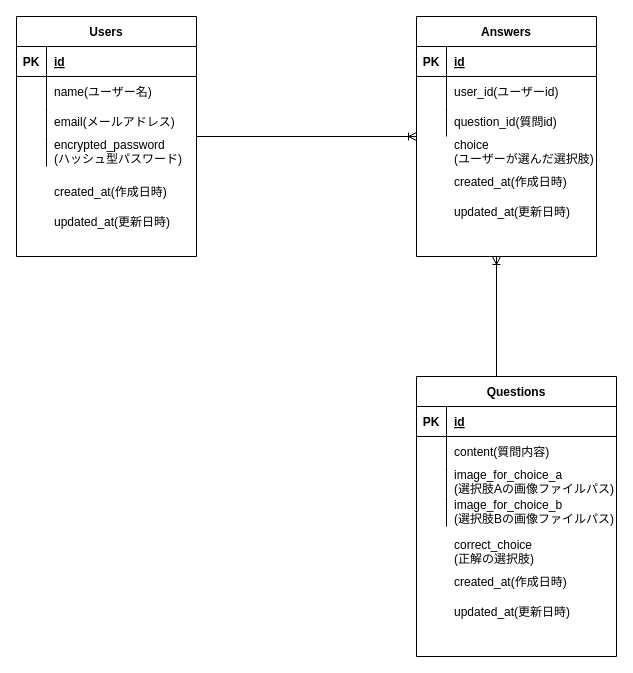
This is ER図(MVPリリース版).drawio from jannah-n/graduation_exam, a draw.io file, before an edit. Source tidied: cells renumbered, new cells numbered last; positions are measured from the earlier drawing's top-left corner, leaving out a move shared by most shapes. Both pictures are drawn from the tidied source at 100%, with x=0, y=0 at pixel (16, 16).
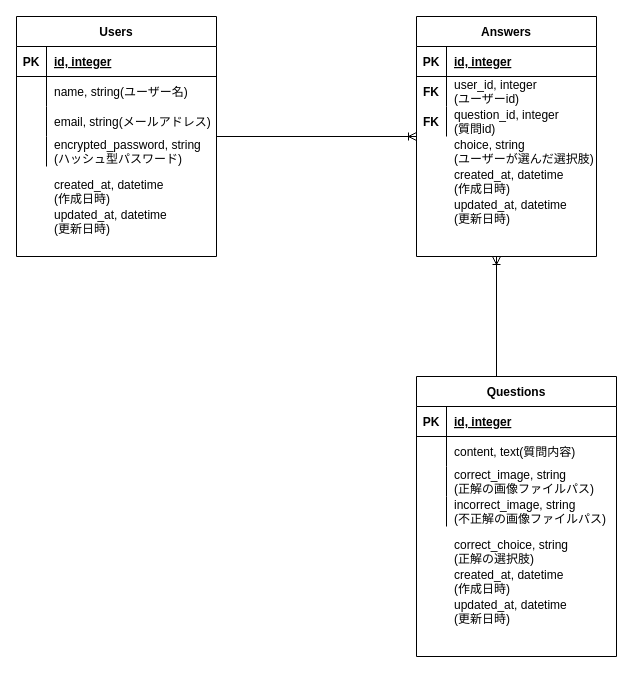
After the change.

Commit message (it also covers changes not shown here):
"ER図(MVPリリース版&本リリース版)の質問用画像パスのカラム名をcorrect_image, incorrect_imageに名称変更" "ER図(MVPリリース版&本リリース版)に各カラムのデータ型を追記" "README.mdに貼り付けているER図(MVPリリース版&本リリース版)を差し替え"

The change refers to these unchanged cells:
```xml
<mxCell id="2" style="group;" parent="1" vertex="1">
  <mxGeometry x="400" width="180" height="240" as="geometry" />
</mxCell>
<mxCell id="3" value="Answers" style="shape=table;startSize=30;childLayout=tableLayout;rowLines=0;fontStyle=1;align=center;" parent="2" vertex="1">
  <mxGeometry width="180" height="240" as="geometry" />
</mxCell>
<mxCell id="4" style="shape=tableRow;horizontal=0;startSize=0;swimlaneHead=0;swimlaneBody=0;fillColor=none;top=0;left=0;right=0;bottom=1;" parent="3" vertex="1">
  <mxGeometry y="30" width="180" height="30" as="geometry" />
</mxCell>
<mxCell id="7" style="shape=tableRow;horizontal=0;startSize=0;swimlaneHead=0;swimlaneBody=0;fillColor=none;top=0;left=0;right=0;bottom=0;" parent="3" vertex="1">
  <mxGeometry y="60" width="180" height="30" as="geometry" />
</mxCell>
<mxCell id="10" style="shape=tableRow;horizontal=0;startSize=0;swimlaneHead=0;swimlaneBody=0;fillColor=none;top=0;left=0;right=0;bottom=0;" parent="3" vertex="1">
  <mxGeometry y="90" width="180" height="30" as="geometry" />
</mxCell>
<mxCell id="32" style="group;" parent="1" vertex="1">
  <mxGeometry x="400" y="360" width="200" height="280" as="geometry" />
</mxCell>
<mxCell id="34" style="shape=tableRow;horizontal=0;startSize=0;swimlaneHead=0;swimlaneBody=0;fillColor=none;top=0;left=0;right=0;bottom=1;" parent="33" vertex="1">
  <mxGeometry y="30" width="200" height="30" as="geometry" />
</mxCell>
<mxCell id="37" style="shape=tableRow;horizontal=0;startSize=0;swimlaneHead=0;swimlaneBody=0;fillColor=none;top=0;left=0;right=0;bottom=0;" parent="33" vertex="1">
  <mxGeometry y="60" width="200" height="30" as="geometry" />
</mxCell>
<mxCell id="40" style="shape=tableRow;horizontal=0;startSize=0;swimlaneHead=0;swimlaneBody=0;fillColor=none;top=0;left=0;right=0;bottom=0;" parent="33" vertex="1">
  <mxGeometry y="90" width="200" height="30" as="geometry" />
</mxCell>
<mxCell id="43" style="shape=tableRow;horizontal=0;startSize=0;swimlaneHead=0;swimlaneBody=0;fillColor=none;top=0;left=0;right=0;bottom=0;" parent="33" vertex="1">
  <mxGeometry y="120" width="200" height="30" as="geometry" />
</mxCell>
```

Change to the diagram source:
```diff
@@
-    <mxCell id="6" value="id" style="shape=partialRectangle;fillColor=none;top=0;left=0;bottom=0;right=0;align=left;spacingLeft=6;fontStyle=5;overflow=hidden;" parent="4" vertex="1">
+    <mxCell id="6" value="id, integer" style="shape=partialRectangle;fillColor=none;top=0;left=0;bottom=0;right=0;align=left;spacingLeft=6;fontStyle=5;overflow=hidden;" parent="4" vertex="1">
       <mxGeometry x="30" width="150" height="30" as="geometry" />
     </mxCell>
@@
-    <mxCell id="8" style="shape=partialRectangle;fillColor=none;top=0;left=0;bottom=0;right=0;overflow=hidden;" parent="7" vertex="1">
+    <mxCell id="8" value="FK" style="shape=partialRectangle;fillColor=none;top=0;left=0;bottom=0;right=0;overflow=hidden;fontStyle=1;" parent="7" vertex="1">
       <mxGeometry width="30" height="30" as="geometry" />
     </mxCell>
-    <mxCell id="9" value="user_id(ユーザーid)" style="shape=partialRectangle;fillColor=none;top=0;left=0;bottom=0;right=0;align=left;spacingLeft=6;overflow=hidden;" parent="7" vertex="1">
+    <mxCell id="9" value="user_id, integer&#10;(ユーザーid)" style="shape=partialRectangle;fillColor=none;top=0;left=0;bottom=0;right=0;align=left;spacingLeft=6;overflow=hidden;" parent="7" vertex="1">
       <mxGeometry x="30" width="150" height="30" as="geometry" />
     </mxCell>
@@
-    <mxCell id="11" style="shape=partialRectangle;fillColor=none;top=0;left=0;bottom=0;right=0;overflow=hidden;" parent="10" vertex="1">
+    <mxCell id="11" value="FK" style="shape=partialRectangle;fillColor=none;top=0;left=0;bottom=0;right=0;overflow=hidden;fontStyle=1;" parent="10" vertex="1">
       <mxGeometry width="30" height="30" as="geometry" />
     </mxCell>
-    <mxCell id="12" value="question_id(質問id)" style="shape=partialRectangle;fillColor=none;top=0;left=0;bottom=0;right=0;align=left;spacingLeft=6;overflow=hidden;" parent="10" vertex="1">
+    <mxCell id="12" value="question_id, integer&#10;(質問id)" style="shape=partialRectangle;fillColor=none;top=0;left=0;bottom=0;right=0;align=left;spacingLeft=6;overflow=hidden;" parent="10" vertex="1">
       <mxGeometry x="30" width="150" height="30" as="geometry" />
     </mxCell>
-    <mxCell id="13" value="created_at(作成日時)" style="shape=partialRectangle;fillColor=none;top=0;left=0;bottom=0;right=0;align=left;spacingLeft=6;overflow=hidden;" parent="2" vertex="1">
+    <mxCell id="13" value="created_at, datetime&#10;(作成日時)" style="shape=partialRectangle;fillColor=none;top=0;left=0;bottom=0;right=0;align=left;spacingLeft=6;overflow=hidden;" parent="2" vertex="1">
       <mxGeometry x="30" y="150" width="150" height="30" as="geometry" />
     </mxCell>
-    <mxCell id="14" value="updated_at(更新日時)" style="shape=partialRectangle;fillColor=none;top=0;left=0;bottom=0;right=0;align=left;spacingLeft=6;overflow=hidden;" parent="2" vertex="1">
+    <mxCell id="14" value="updated_at, datetime&#10;(更新日時)" style="shape=partialRectangle;fillColor=none;top=0;left=0;bottom=0;right=0;align=left;spacingLeft=6;overflow=hidden;" parent="2" vertex="1">
       <mxGeometry x="30" y="180" width="150" height="30" as="geometry" />
     </mxCell>
-    <mxCell id="15" value="choice&#10;(ユーザーが選んだ選択肢)" style="shape=partialRectangle;fillColor=none;top=0;left=0;bottom=0;right=0;align=left;spacingLeft=6;overflow=hidden;" parent="2" vertex="1">
+    <mxCell id="15" value="choice, string&#10;(ユーザーが選んだ選択肢)" style="shape=partialRectangle;fillColor=none;top=0;left=0;bottom=0;right=0;align=left;spacingLeft=6;overflow=hidden;" parent="2" vertex="1">
       <mxGeometry x="30" y="120" width="150" height="30" as="geometry" />
     </mxCell>
     <mxCell id="16" style="group;" parent="1" vertex="1">
-      <mxGeometry width="180" height="240" as="geometry" />
+      <mxGeometry width="200" height="240" as="geometry" />
     </mxCell>
     <mxCell id="17" value="Users" style="shape=table;startSize=30;childLayout=tableLayout;rowLines=0;fontStyle=1;align=center;" parent="16" vertex="1">
-      <mxGeometry width="180" height="240" as="geometry" />
+      <mxGeometry width="200" height="240" as="geometry" />
     </mxCell>
     <mxCell id="18" style="shape=tableRow;horizontal=0;startSize=0;swimlaneHead=0;swimlaneBody=0;fillColor=none;top=0;left=0;right=0;bottom=1;" parent="17" vertex="1">
-      <mxGeometry y="30" width="180" height="30" as="geometry" />
+      <mxGeometry y="30" width="200" height="30" as="geometry" />
     </mxCell>
@@
-    <mxCell id="20" value="id" style="shape=partialRectangle;fillColor=none;top=0;left=0;bottom=0;right=0;align=left;spacingLeft=6;fontStyle=5;overflow=hidden;" parent="18" vertex="1">
-      <mxGeometry x="30" width="150" height="30" as="geometry" />
+    <mxCell id="20" value="id, integer" style="shape=partialRectangle;fillColor=none;top=0;left=0;bottom=0;right=0;align=left;spacingLeft=6;fontStyle=5;overflow=hidden;" parent="18" vertex="1">
+      <mxGeometry x="30" width="170" height="30" as="geometry" />
     </mxCell>
     <mxCell id="21" style="shape=tableRow;horizontal=0;startSize=0;swimlaneHead=0;swimlaneBody=0;fillColor=none;top=0;left=0;right=0;bottom=0;" parent="17" vertex="1">
-      <mxGeometry y="60" width="180" height="30" as="geometry" />
+      <mxGeometry y="60" width="200" height="30" as="geometry" />
     </mxCell>
@@
-    <mxCell id="23" value="name(ユーザー名)" style="shape=partialRectangle;fillColor=none;top=0;left=0;bottom=0;right=0;align=left;spacingLeft=6;overflow=hidden;" parent="21" vertex="1">
-      <mxGeometry x="30" width="150" height="30" as="geometry" />
+    <mxCell id="23" value="name, string(ユーザー名)" style="shape=partialRectangle;fillColor=none;top=0;left=0;bottom=0;right=0;align=left;spacingLeft=6;overflow=hidden;" parent="21" vertex="1">
+      <mxGeometry x="30" width="170" height="30" as="geometry" />
     </mxCell>
     <mxCell id="24" style="shape=tableRow;horizontal=0;startSize=0;swimlaneHead=0;swimlaneBody=0;fillColor=none;top=0;left=0;right=0;bottom=0;" parent="17" vertex="1">
-      <mxGeometry y="90" width="180" height="30" as="geometry" />
+      <mxGeometry y="90" width="200" height="30" as="geometry" />
     </mxCell>
@@
-    <mxCell id="26" value="email(メールアドレス)" style="shape=partialRectangle;fillColor=none;top=0;left=0;bottom=0;right=0;align=left;spacingLeft=6;overflow=hidden;" parent="24" vertex="1">
-      <mxGeometry x="30" width="150" height="30" as="geometry" />
+    <mxCell id="26" value="email, string(メールアドレス)" style="shape=partialRectangle;fillColor=none;top=0;left=0;bottom=0;right=0;align=left;spacingLeft=6;overflow=hidden;" parent="24" vertex="1">
+      <mxGeometry x="30" width="170" height="30" as="geometry" />
     </mxCell>
     <mxCell id="27" style="shape=tableRow;horizontal=0;startSize=0;swimlaneHead=0;swimlaneBody=0;fillColor=none;points=[[0,0.5],[1,0.5]];portConstraint=eastwest;top=0;left=0;right=0;bottom=0;" parent="17" vertex="1">
-      <mxGeometry y="120" width="180" height="30" as="geometry" />
+      <mxGeometry y="120" width="200" height="30" as="geometry" />
     </mxCell>
@@
-    <mxCell id="29" value="encrypted_password&#10;(ハッシュ型パスワード)" style="shape=partialRectangle;fillColor=none;top=0;left=0;bottom=0;right=0;align=left;spacingLeft=6;overflow=hidden;" parent="27" vertex="1">
-      <mxGeometry x="30" width="150" height="30" as="geometry" />
+    <mxCell id="29" value="encrypted_password, string&#10;(ハッシュ型パスワード)" style="shape=partialRectangle;fillColor=none;top=0;left=0;bottom=0;right=0;align=left;spacingLeft=6;overflow=hidden;" parent="27" vertex="1">
+      <mxGeometry x="30" width="170" height="30" as="geometry" />
     </mxCell>
-    <mxCell id="30" value="created_at(作成日時)" style="shape=partialRectangle;fillColor=none;top=0;left=0;bottom=0;right=0;align=left;spacingLeft=6;overflow=hidden;" parent="16" vertex="1">
+    <mxCell id="30" value="created_at, datetime&#10;(作成日時)" style="shape=partialRectangle;fillColor=none;top=0;left=0;bottom=0;right=0;align=left;spacingLeft=6;overflow=hidden;" parent="16" vertex="1">
       <mxGeometry x="30" y="160" width="150" height="30" as="geometry" />
     </mxCell>
-    <mxCell id="31" value="updated_at(更新日時)" style="shape=partialRectangle;fillColor=none;top=0;left=0;bottom=0;right=0;align=left;spacingLeft=6;overflow=hidden;" parent="16" vertex="1">
+    <mxCell id="31" value="updated_at, datetime&#10;(更新日時)" style="shape=partialRectangle;fillColor=none;top=0;left=0;bottom=0;right=0;align=left;spacingLeft=6;overflow=hidden;" parent="16" vertex="1">
       <mxGeometry x="30" y="190" width="150" height="30" as="geometry" />
     </mxCell>
@@
-    <mxCell id="36" value="id" style="shape=partialRectangle;fillColor=none;top=0;left=0;bottom=0;right=0;align=left;spacingLeft=6;fontStyle=5;overflow=hidden;" parent="34" vertex="1">
+    <mxCell id="36" value="id, integer" style="shape=partialRectangle;fillColor=none;top=0;left=0;bottom=0;right=0;align=left;spacingLeft=6;fontStyle=5;overflow=hidden;" parent="34" vertex="1">
       <mxGeometry x="30" width="170" height="30" as="geometry" />
     </mxCell>
@@
-    <mxCell id="39" value="content(質問内容)" style="shape=partialRectangle;fillColor=none;top=0;left=0;bottom=0;right=0;align=left;spacingLeft=6;overflow=hidden;" parent="37" vertex="1">
+    <mxCell id="39" value="content, text(質問内容)" style="shape=partialRectangle;fillColor=none;top=0;left=0;bottom=0;right=0;align=left;spacingLeft=6;overflow=hidden;" parent="37" vertex="1">
       <mxGeometry x="30" width="170" height="30" as="geometry" />
     </mxCell>
@@
-    <mxCell id="42" value="image_for_choice_a&#10;(選択肢Aの画像ファイルパス)" style="shape=partialRectangle;fillColor=none;top=0;left=0;bottom=0;right=0;align=left;spacingLeft=6;overflow=hidden;" parent="40" vertex="1">
+    <mxCell id="42" value="correct_image, string&#10;(正解の画像ファイルパス)" style="shape=partialRectangle;fillColor=none;top=0;left=0;bottom=0;right=0;align=left;spacingLeft=6;overflow=hidden;" parent="40" vertex="1">
       <mxGeometry x="30" width="170" height="30" as="geometry" />
     </mxCell>
@@
-    <mxCell id="45" value="image_for_choice_b&#10;(選択肢Bの画像ファイルパス)" style="shape=partialRectangle;fillColor=none;top=0;left=0;bottom=0;right=0;align=left;spacingLeft=6;overflow=hidden;" parent="43" vertex="1">
+    <mxCell id="45" value="incorrect_image, string&#10;(不正解の画像ファイルパス)" style="shape=partialRectangle;fillColor=none;top=0;left=0;bottom=0;right=0;align=left;spacingLeft=6;overflow=hidden;" parent="43" vertex="1">
       <mxGeometry x="30" width="170" height="30" as="geometry" />
     </mxCell>
-    <mxCell id="46" value="created_at(作成日時)" style="shape=partialRectangle;fillColor=none;top=0;left=0;bottom=0;right=0;align=left;spacingLeft=6;overflow=hidden;" parent="32" vertex="1">
+    <mxCell id="46" value="created_at, datetime&#10;(作成日時)" style="shape=partialRectangle;fillColor=none;top=0;left=0;bottom=0;right=0;align=left;spacingLeft=6;overflow=hidden;" parent="32" vertex="1">
       <mxGeometry x="30" y="190" width="170" height="30" as="geometry" />
     </mxCell>
-    <mxCell id="47" value="updated_at(更新日時)" style="shape=partialRectangle;fillColor=none;top=0;left=0;bottom=0;right=0;align=left;spacingLeft=6;overflow=hidden;" parent="32" vertex="1">
+    <mxCell id="47" value="updated_at, datetime&#10;(更新日時)" style="shape=partialRectangle;fillColor=none;top=0;left=0;bottom=0;right=0;align=left;spacingLeft=6;overflow=hidden;" parent="32" vertex="1">
       <mxGeometry x="30" y="220" width="170" height="30" as="geometry" />
     </mxCell>
-    <mxCell id="48" value="correct_choice&#10;(正解の選択肢)" style="shape=partialRectangle;fillColor=none;top=0;left=0;bottom=0;right=0;align=left;spacingLeft=6;overflow=hidden;" parent="32" vertex="1">
+    <mxCell id="48" value="correct_choice, string&#10;(正解の選択肢)" style="shape=partialRectangle;fillColor=none;top=0;left=0;bottom=0;right=0;align=left;spacingLeft=6;overflow=hidden;" parent="32" vertex="1">
       <mxGeometry x="30" y="160" width="170" height="30" as="geometry" />
     </mxCell>
-    <mxCell id="49" style="fontSize=12;html=1;endArrow=ERoneToMany;entryX=0;entryY=0.5;entryDx=0;entryDy=0;" parent="1" edge="1" target="3">
-      <mxGeometry relative="1" as="geometry">
-        <mxPoint x="180" y="120" as="sourcePoint" />
-      </mxGeometry>
+    <mxCell id="49" style="fontSize=12;html=1;endArrow=ERoneToMany;entryX=0;entryY=0.5;entryDx=0;entryDy=0;exitX=0.998;exitY=0;exitDx=0;exitDy=0;exitPerimeter=0;" parent="1" edge="1" source="27" target="3">
+      <mxGeometry relative="1" as="geometry" />
     </mxCell>
```
